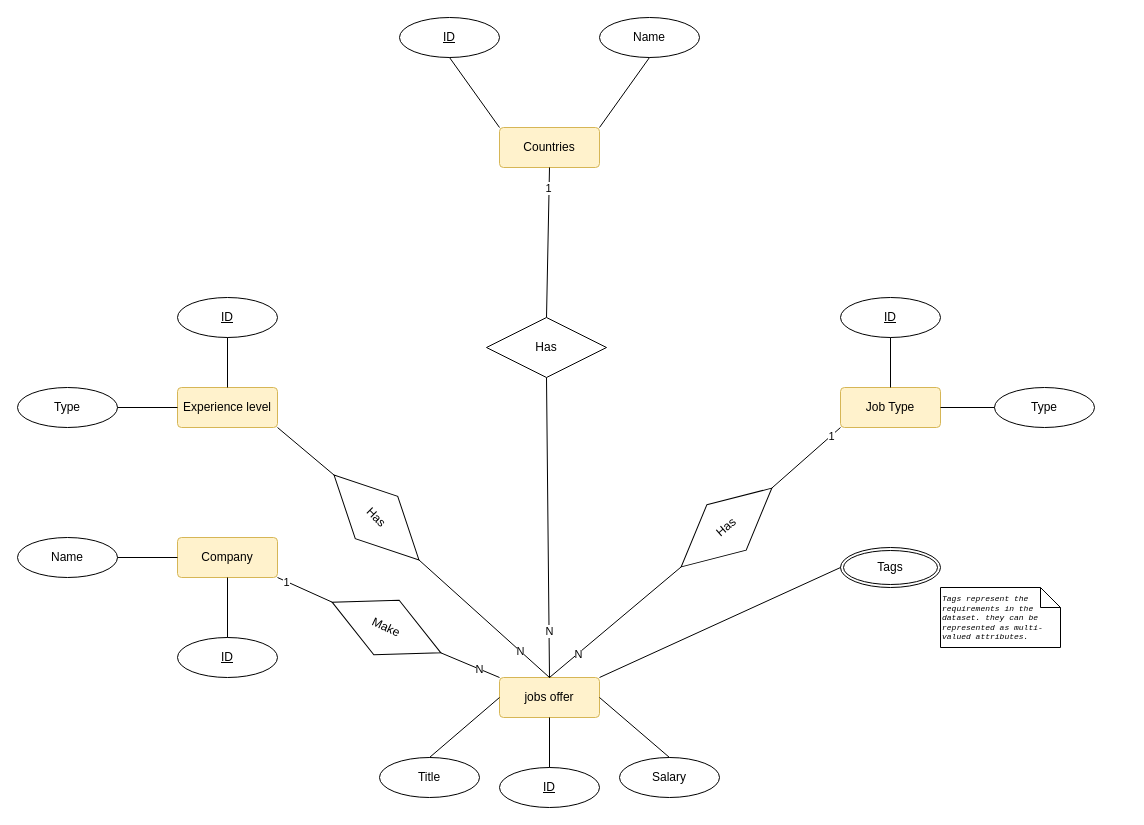
Earlier version of the draw.io diagram Untitled Diagram.drawio (yassinessadi/diagrams). Source tidied: cells renumbered, new cells numbered last; positions are measured from the earlier drawing's top-left corner, leaving out a move shared by most shapes. Both pictures are drawn from the tidied source at 100%, with x=0, y=0 at pixel (17, 17).
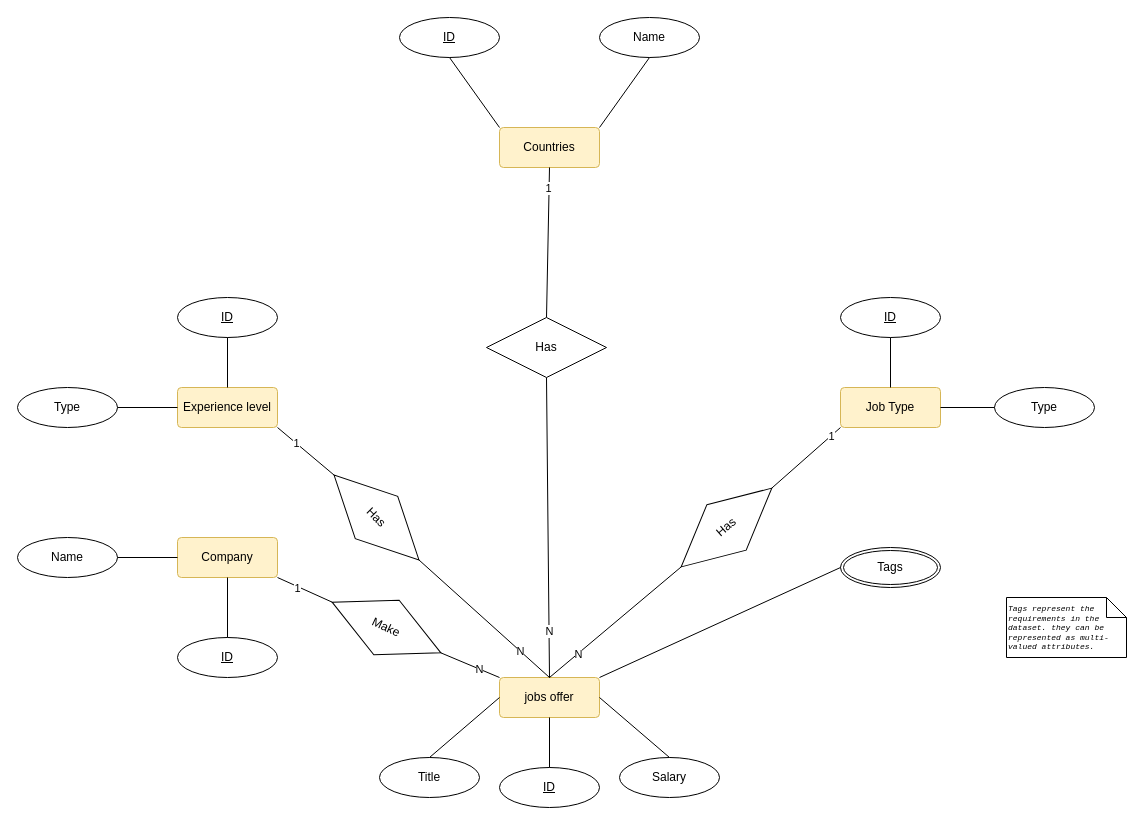
Above is the later version.

Unchanged cells that the change refers to:
```xml
<mxCell id="24" style="endArrow=none;html=1;rounded=0;exitX=1;exitY=1;exitDx=0;exitDy=0;entryX=0;entryY=0.5;entryDx=0;entryDy=0;" parent="1" edge="1" source="12" target="42">
  <mxGeometry relative="1" as="geometry" />
</mxCell>
<mxCell id="46" style="endArrow=none;html=1;rounded=0;exitX=1;exitY=1;exitDx=0;exitDy=0;entryX=0;entryY=0.5;entryDx=0;entryDy=0;" parent="1" edge="1" source="7" target="45">
  <mxGeometry relative="1" as="geometry" />
</mxCell>
```

Diff of the diagram source:
```diff
@@
     <mxCell id="25" value="1" style="edgeLabel;html=1;align=center;verticalAlign=middle;" parent="24" vertex="1">
       <mxGeometry x="-0.68" y="-1" relative="1" as="geometry">
-        <mxPoint y="-1" as="offset" />
+        <mxPoint x="11" y="5" as="offset" />
       </mxGeometry>
     </mxCell>
@@
+    <mxCell id="51" value="1" style="edgeLabel;html=1;align=center;verticalAlign=middle;" parent="46" vertex="1">
+      <mxGeometry x="-0.36" relative="1" as="geometry" />
+    </mxCell>
@@
     <mxCell id="50" value="Tags represent the requirements in the dataset. they can be represented as multi-valued attributes." style="shape=note;size=20;gradientColor=none;strokeColor=default;align=left;fontStyle=2;whiteSpace=wrap;html=1;labelBorderColor=none;labelBackgroundColor=none;verticalAlign=top;fontSize=8;fontFamily=Courier New;" parent="1" vertex="1">
-      <mxGeometry x="923" y="570" width="120" height="60" as="geometry" />
+      <mxGeometry x="989" y="580" width="120" height="60" as="geometry" />
     </mxCell>
```
